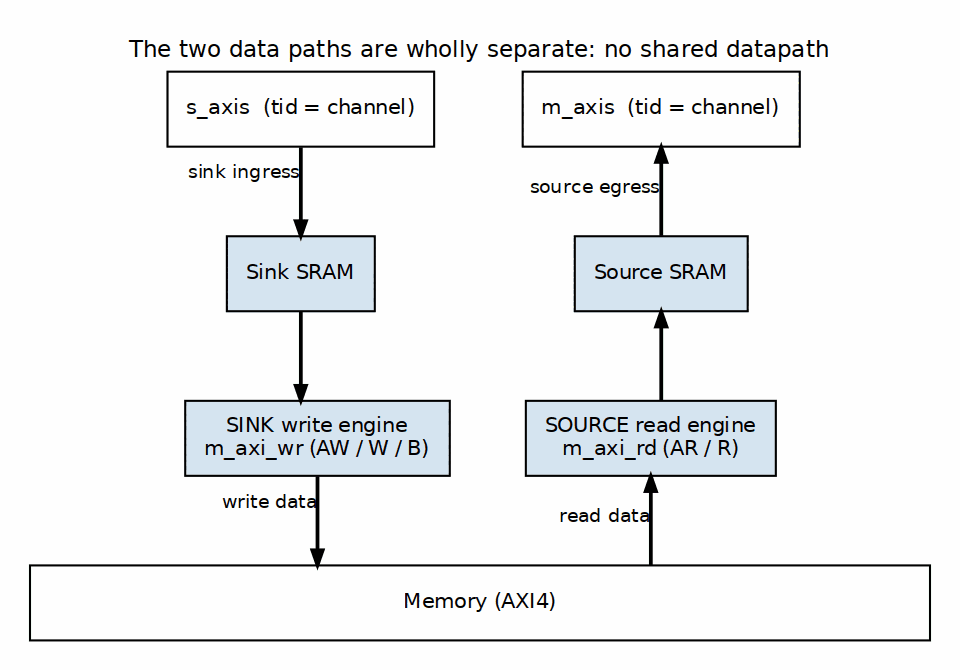
sean-galloway/RTLDesignSherpa keeps this Graphviz diagram as projects/fpga-systems/Genesys2/dma-ip/rapids_beats/docs/assets/graphviz/rapids_data_paths.png. Above is the earlier version. Its source is kept beside it as projects/fpga-systems/Genesys2/dma-ip/rapids_beats/docs/assets/graphviz/rapids_data_paths.dot. Source of this version:
```dot
digraph rapids_data_paths {
    graph [rankdir=TB, bgcolor="white", fontname="Helvetica", fontsize=11, nodesep="0.45", ranksep="0.6", splines=ortho, newrank=true, labelloc=t, labeljust=c, pad="0.2", label="The two data paths are wholly separate: no shared datapath"];
    node  [fontname="Helvetica", fontsize=10, shape=box, style=filled, fillcolor="#D6E4F0", color="black", margin="0.12,0.06"];
    edge  [fontname="Helvetica", fontsize=9, color="black", arrowsize=0.7];
    saxis [label="s_axis  (tid = channel)", fillcolor="white"];
    maxis [label="m_axis  (tid = channel)", fillcolor="white"];
    sks   [label="Sink SRAM"];
    srs   [label="Source SRAM"];
    wr    [label="SINK write engine\nm_axi_wr (AW / W / B)"];
    rd    [label="SOURCE read engine\nm_axi_rd (AR / R)"];
    mem   [label="Memory (AXI4)", fillcolor="white", width=6];

    saxis -> sks  [penwidth=1.8, xlabel="sink ingress"];
    sks   -> wr   [penwidth=1.8];
    wr    -> mem  [penwidth=1.8, xlabel="write data"];
    maxis -> srs  [dir=back, penwidth=1.8, xlabel="source egress"];
    srs   -> rd   [dir=back, penwidth=1.8];
    rd    -> mem  [dir=back, penwidth=1.8, xlabel="read data"];
    { rank=same; saxis; maxis; }
    { rank=same; sks; srs; }
    { rank=same; wr; rd; }
    sks -> srs [style=invis, minlen=3];
}
```
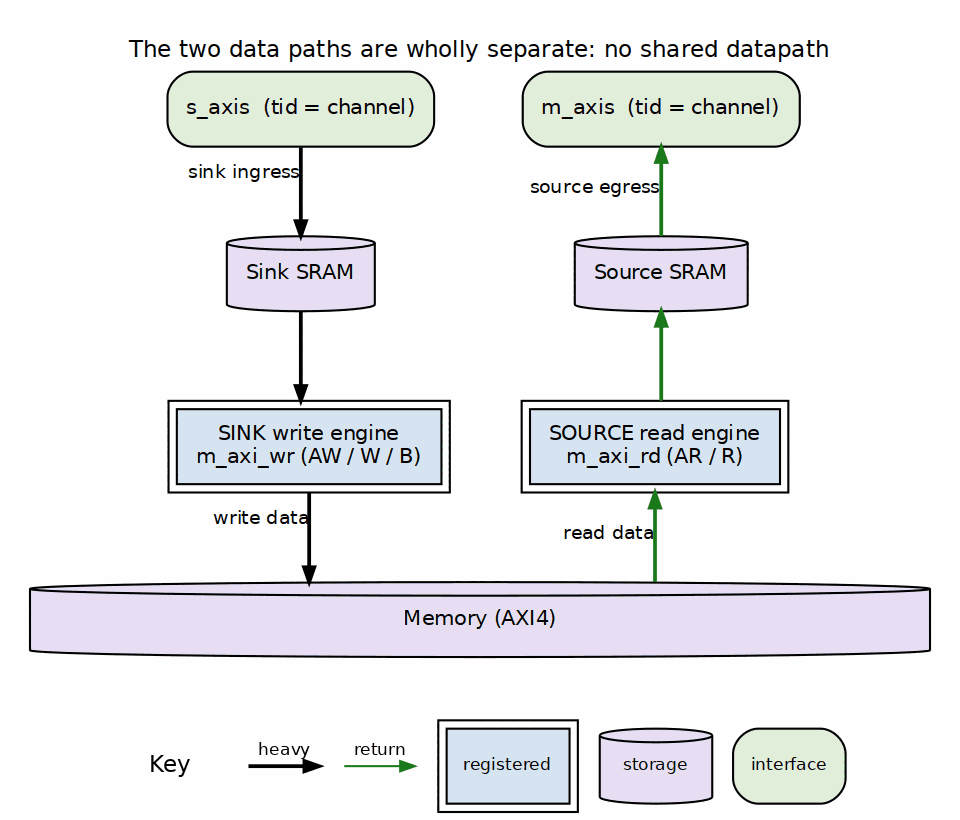
After the commit.

The edit, as a diff of the source:
```diff
@@ -1,21 +1,21 @@
 digraph rapids_data_paths {
     graph [rankdir=TB, bgcolor="white", fontname="Helvetica", fontsize=11, nodesep="0.45", ranksep="0.6", splines=ortho, newrank=true, labelloc=t, labeljust=c, pad="0.2", label="The two data paths are wholly separate: no shared datapath"];
-    node  [fontname="Helvetica", fontsize=10, shape=box, style=filled, fillcolor="#D6E4F0", color="black", margin="0.12,0.06"];
+    node  [fontname="Helvetica", fontsize=10, shape=box, style=filled, fillcolor="white", color="black", margin="0.12,0.06"];
     edge  [fontname="Helvetica", fontsize=9, color="black", arrowsize=0.7];
-    saxis [label="s_axis  (tid = channel)", fillcolor="white"];
-    maxis [label="m_axis  (tid = channel)", fillcolor="white"];
-    sks   [label="Sink SRAM"];
-    srs   [label="Source SRAM"];
-    wr    [label="SINK write engine\nm_axi_wr (AW / W / B)"];
-    rd    [label="SOURCE read engine\nm_axi_rd (AR / R)"];
-    mem   [label="Memory (AXI4)", fillcolor="white", width=6];
+    saxis [label="s_axis  (tid = channel)", fillcolor="white", style="rounded,filled", fillcolor="#E2EFDA"];
+    maxis [label="m_axis  (tid = channel)", fillcolor="white", style="rounded,filled", fillcolor="#E2EFDA"];
+    sks   [label="Sink SRAM", shape=cylinder, style="filled", fillcolor="#E8DFF5"];
+    srs   [label="Source SRAM", shape=cylinder, style="filled", fillcolor="#E8DFF5"];
+    wr    [label="SINK write engine\nm_axi_wr (AW / W / B)", peripheries=2, style="filled", fillcolor="#D6E4F0"];
+    rd    [label="SOURCE read engine\nm_axi_rd (AR / R)", peripheries=2, style="filled", fillcolor="#D6E4F0"];
+    mem   [label="Memory (AXI4)", fillcolor="white", width=6, shape=cylinder, style="filled", fillcolor="#E8DFF5"];
 
     saxis -> sks  [penwidth=1.8, xlabel="sink ingress"];
     sks   -> wr   [penwidth=1.8];
     wr    -> mem  [penwidth=1.8, xlabel="write data"];
-    maxis -> srs  [dir=back, penwidth=1.8, xlabel="source egress"];
-    srs   -> rd   [dir=back, penwidth=1.8];
-    rd    -> mem  [dir=back, penwidth=1.8, xlabel="read data"];
+    maxis -> srs  [color="#1A7A1A", dir=back, penwidth=1.8, xlabel="source egress"];
+    srs   -> rd   [color="#1A7A1A", dir=back, penwidth=1.8];
+    rd    -> mem  [color="#1A7A1A", dir=back, penwidth=1.8, xlabel="read data"];
     { rank=same; saxis; maxis; }
     { rank=same; sks; srs; }
     { rank=same; wr; rd; }
```
